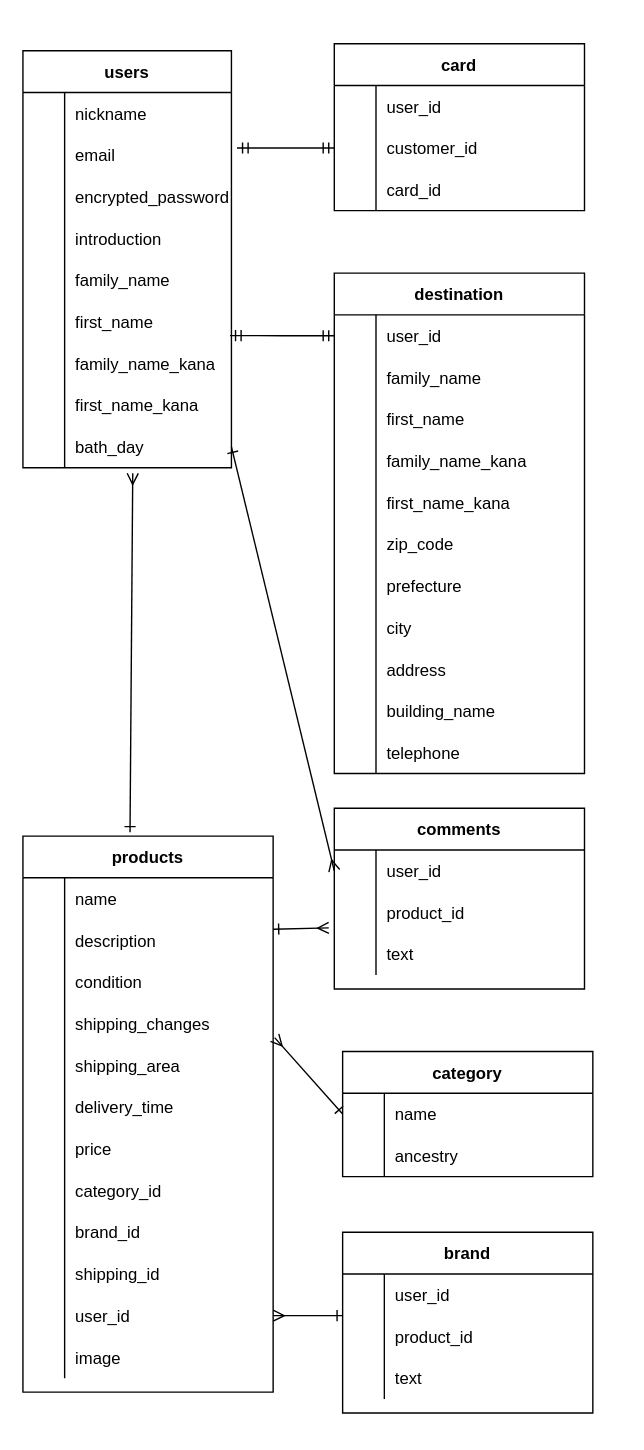
wakatakatakataka/furima-35079 keeps this draw.io diagram as furima.dio. Above is the earlier version. Source tidied: cells renumbered, new cells numbered last; positions are measured from the earlier drawing's top-left corner, leaving out a move shared by most shapes. Both pictures are drawn from the tidied source at 139%, with x=0, y=0 at pixel (22, 43).
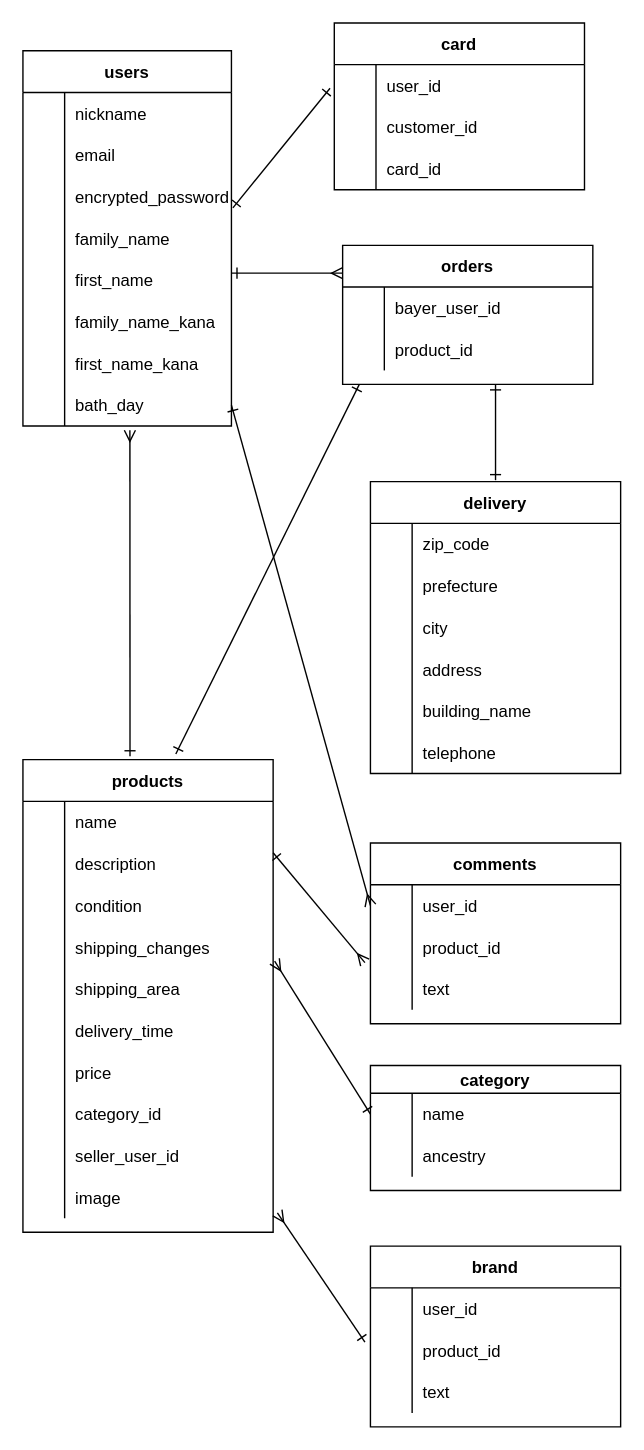
Above is the later version.

Commit message (it also covers changes not shown here):
データベースの記述　修正１

The change refers to these unchanged cells:
```xml
<mxCell id="9" style="shape=partialRectangle;fillColor=none;top=0;left=0;bottom=0;right=0;points=[[0,0.5],[1,0.5]];portConstraint=eastwest;" parent="2" vertex="1">
  <mxGeometry y="90" width="150" height="30" as="geometry" />
</mxCell>
<mxCell id="65" style="shape=partialRectangle;fillColor=none;top=0;left=0;bottom=0;right=0;points=[[0,0.5],[1,0.5]];portConstraint=eastwest;" parent="64" vertex="1">
  <mxGeometry y="30" width="180" height="30" as="geometry" />
</mxCell>
<mxCell id="68" style="shape=partialRectangle;fillColor=none;top=0;left=0;bottom=0;right=0;points=[[0,0.5],[1,0.5]];portConstraint=eastwest;" parent="64" vertex="1">
  <mxGeometry y="60" width="180" height="30" as="geometry" />
</mxCell>
<mxCell id="138" style="shape=partialRectangle;fillColor=none;top=0;left=0;bottom=0;right=0;points=[[0,0.5],[1,0.5]];portConstraint=eastwest;" parent="134" vertex="1">
  <mxGeometry y="60" width="180" height="30" as="geometry" />
</mxCell>
```

The edit, as a diff of the source:
```diff
@@
     <mxCell id="2" value="users" style="shape=table;startSize=30;childLayout=tableLayout;rowLines=0;fontStyle=1;align=center;" parent="1" vertex="1">
-      <mxGeometry y="5" width="150" height="300" as="geometry" />
+      <mxGeometry y="5" width="150" height="270" as="geometry" />
     </mxCell>
@@
-    <mxCell id="12" style="shape=partialRectangle;fillColor=none;top=0;left=0;bottom=0;right=0;" parent="2" vertex="1">
-      <mxGeometry y="120" width="150" height="30" as="geometry" />
-    </mxCell>
-    <mxCell id="13" style="shape=partialRectangle;fillColor=none;top=0;left=0;bottom=0;right=0;overflow=hidden;" parent="12" vertex="1">
-      <mxGeometry width="30" height="30" as="geometry" />
-    </mxCell>
-    <mxCell id="14" value="introduction" style="shape=partialRectangle;fillColor=none;top=0;left=0;bottom=0;right=0;align=left;spacingLeft=6;overflow=hidden;" parent="12" vertex="1">
-      <mxGeometry x="30" width="120" height="30" as="geometry" />
-    </mxCell>
     <mxCell id="15" style="shape=partialRectangle;fillColor=none;top=0;left=0;bottom=0;right=0;" parent="2" vertex="1">
-      <mxGeometry y="150" width="150" height="30" as="geometry" />
+      <mxGeometry y="120" width="150" height="30" as="geometry" />
     </mxCell>
@@
     <mxCell id="18" style="shape=partialRectangle;fillColor=none;top=0;left=0;bottom=0;right=0;points=[[0,0.5],[1,0.5]];portConstraint=eastwest;" parent="2" vertex="1">
-      <mxGeometry y="180" width="150" height="30" as="geometry" />
+      <mxGeometry y="150" width="150" height="30" as="geometry" />
     </mxCell>
@@
     <mxCell id="21" style="shape=partialRectangle;fillColor=none;top=0;left=0;bottom=0;right=0;" parent="2" vertex="1">
-      <mxGeometry y="210" width="150" height="30" as="geometry" />
+      <mxGeometry y="180" width="150" height="30" as="geometry" />
     </mxCell>
@@
     <mxCell id="24" style="shape=partialRectangle;fillColor=none;top=0;left=0;bottom=0;right=0;" parent="2" vertex="1">
-      <mxGeometry y="240" width="150" height="30" as="geometry" />
+      <mxGeometry y="210" width="150" height="30" as="geometry" />
     </mxCell>
@@
     <mxCell id="27" style="shape=partialRectangle;fillColor=none;top=0;left=0;bottom=0;right=0;points=[[0,0.5],[1,0.5]];portConstraint=eastwest;" parent="2" vertex="1">
-      <mxGeometry y="270" width="150" height="30" as="geometry" />
+      <mxGeometry y="240" width="150" height="30" as="geometry" />
     </mxCell>
@@
-    <mxCell id="30" value="destination" style="shape=table;startSize=30;childLayout=tableLayout;rowLines=0;fontStyle=1;align=center;" parent="1" vertex="1">
-      <mxGeometry x="224" y="165" width="180" height="360" as="geometry" />
+    <mxCell id="30" value="delivery" style="shape=table;startSize=30;childLayout=tableLayout;rowLines=0;fontStyle=1;align=center;" parent="1" vertex="1">
+      <mxGeometry x="250" y="315" width="180" height="210" as="geometry" />
     </mxCell>
-    <mxCell id="31" style="shape=partialRectangle;fillColor=none;top=0;left=0;bottom=0;right=0;points=[[0,0.5],[1,0.5]];portConstraint=eastwest;" parent="30" vertex="1">
-      <mxGeometry y="30" width="180" height="30" as="geometry" />
-    </mxCell>
-    <mxCell id="32" style="shape=partialRectangle;fillColor=none;top=0;left=0;bottom=0;right=0;overflow=hidden;" parent="31" vertex="1">
-      <mxGeometry width="30" height="30" as="geometry" />
-    </mxCell>
-    <mxCell id="33" value="user_id" style="shape=partialRectangle;fillColor=none;top=0;left=0;bottom=0;right=0;align=left;spacingLeft=6;overflow=hidden;" parent="31" vertex="1">
-      <mxGeometry x="30" width="150" height="30" as="geometry" />
-    </mxCell>
-    <mxCell id="34" style="shape=partialRectangle;fillColor=none;top=0;left=0;bottom=0;right=0;" parent="30" vertex="1">
-      <mxGeometry y="60" width="180" height="30" as="geometry" />
-    </mxCell>
-    <mxCell id="35" style="shape=partialRectangle;fillColor=none;top=0;left=0;bottom=0;right=0;overflow=hidden;" parent="34" vertex="1">
-      <mxGeometry width="30" height="30" as="geometry" />
-    </mxCell>
-    <mxCell id="36" value="family_name" style="shape=partialRectangle;fillColor=none;top=0;left=0;bottom=0;right=0;align=left;spacingLeft=6;overflow=hidden;" parent="34" vertex="1">
-      <mxGeometry x="30" width="150" height="30" as="geometry" />
-    </mxCell>
-    <mxCell id="37" style="shape=partialRectangle;fillColor=none;top=0;left=0;bottom=0;right=0;" parent="30" vertex="1">
-      <mxGeometry y="90" width="180" height="30" as="geometry" />
-    </mxCell>
-    <mxCell id="38" style="shape=partialRectangle;fillColor=none;top=0;left=0;bottom=0;right=0;overflow=hidden;" parent="37" vertex="1">
-      <mxGeometry width="30" height="30" as="geometry" />
-    </mxCell>
-    <mxCell id="39" value="first_name" style="shape=partialRectangle;fillColor=none;top=0;left=0;bottom=0;right=0;align=left;spacingLeft=6;overflow=hidden;" parent="37" vertex="1">
-      <mxGeometry x="30" width="150" height="30" as="geometry" />
-    </mxCell>
-    <mxCell id="40" style="shape=partialRectangle;fillColor=none;top=0;left=0;bottom=0;right=0;" parent="30" vertex="1">
-      <mxGeometry y="120" width="180" height="30" as="geometry" />
-    </mxCell>
-    <mxCell id="41" style="shape=partialRectangle;fillColor=none;top=0;left=0;bottom=0;right=0;overflow=hidden;" parent="40" vertex="1">
-      <mxGeometry width="30" height="30" as="geometry" />
-    </mxCell>
-    <mxCell id="42" value="family_name_kana" style="shape=partialRectangle;fillColor=none;top=0;left=0;bottom=0;right=0;align=left;spacingLeft=6;overflow=hidden;" parent="40" vertex="1">
-      <mxGeometry x="30" width="150" height="30" as="geometry" />
-    </mxCell>
-    <mxCell id="43" style="shape=partialRectangle;fillColor=none;top=0;left=0;bottom=0;right=0;" parent="30" vertex="1">
-      <mxGeometry y="150" width="180" height="30" as="geometry" />
-    </mxCell>
-    <mxCell id="44" style="shape=partialRectangle;fillColor=none;top=0;left=0;bottom=0;right=0;overflow=hidden;" parent="43" vertex="1">
-      <mxGeometry width="30" height="30" as="geometry" />
-    </mxCell>
-    <mxCell id="45" value="first_name_kana" style="shape=partialRectangle;fillColor=none;top=0;left=0;bottom=0;right=0;align=left;spacingLeft=6;overflow=hidden;" parent="43" vertex="1">
-      <mxGeometry x="30" width="150" height="30" as="geometry" />
-    </mxCell>
     <mxCell id="46" style="shape=partialRectangle;fillColor=none;top=0;left=0;bottom=0;right=0;" parent="30" vertex="1">
-      <mxGeometry y="180" width="180" height="30" as="geometry" />
+      <mxGeometry y="30" width="180" height="30" as="geometry" />
     </mxCell>
@@
     <mxCell id="49" style="shape=partialRectangle;fillColor=none;top=0;left=0;bottom=0;right=0;" parent="30" vertex="1">
-      <mxGeometry y="210" width="180" height="30" as="geometry" />
+      <mxGeometry y="60" width="180" height="30" as="geometry" />
     </mxCell>
@@
     <mxCell id="52" style="shape=partialRectangle;fillColor=none;top=0;left=0;bottom=0;right=0;" parent="30" vertex="1">
-      <mxGeometry y="240" width="180" height="30" as="geometry" />
+      <mxGeometry y="90" width="180" height="30" as="geometry" />
     </mxCell>
@@
     <mxCell id="55" style="shape=partialRectangle;fillColor=none;top=0;left=0;bottom=0;right=0;" parent="30" vertex="1">
-      <mxGeometry y="270" width="180" height="30" as="geometry" />
+      <mxGeometry y="120" width="180" height="30" as="geometry" />
     </mxCell>
@@
     <mxCell id="58" style="shape=partialRectangle;fillColor=none;top=0;left=0;bottom=0;right=0;" parent="30" vertex="1">
-      <mxGeometry y="300" width="180" height="30" as="geometry" />
+      <mxGeometry y="150" width="180" height="30" as="geometry" />
     </mxCell>
@@
     <mxCell id="61" style="shape=partialRectangle;fillColor=none;top=0;left=0;bottom=0;right=0;" parent="30" vertex="1">
-      <mxGeometry y="330" width="180" height="30" as="geometry" />
+      <mxGeometry y="180" width="180" height="30" as="geometry" />
     </mxCell>
@@
     <mxCell id="64" value="card" style="shape=table;startSize=30;childLayout=tableLayout;rowLines=0;fontStyle=1;align=center;" parent="1" vertex="1">
-      <mxGeometry x="224" width="180" height="120" as="geometry" />
+      <mxGeometry x="224" y="-15" width="180" height="120" as="geometry" />
     </mxCell>
@@
-    <mxCell id="74" style="edgeStyle=entityRelationEdgeStyle;fontSize=12;html=1;endArrow=ERmandOne;startArrow=ERmandOne;entryX=0;entryY=0.5;entryDx=0;entryDy=0;" parent="1" edge="1" target="68">
-      <mxGeometry relative="1" as="geometry">
-        <mxPoint x="154" y="75" as="sourcePoint" />
-      </mxGeometry>
-    </mxCell>
-    <mxCell id="75" style="edgeStyle=entityRelationEdgeStyle;fontSize=12;html=1;endArrow=ERmandOne;startArrow=ERmandOne;entryX=0;entryY=0.5;entryDx=0;entryDy=0;exitX=0.993;exitY=0.833;exitDx=0;exitDy=0;exitPerimeter=0;" parent="1" edge="1" source="18" target="31">
-      <mxGeometry relative="1" as="geometry" />
-    </mxCell>
     <mxCell id="76" value="comments" style="shape=table;startSize=30;childLayout=tableLayout;rowLines=0;fontStyle=1;align=center;" parent="1" vertex="1">
-      <mxGeometry x="224" y="550" width="180" height="130" as="geometry" />
+      <mxGeometry x="250" y="575" width="180" height="130" as="geometry" />
     </mxCell>
@@
     <mxCell id="86" value="products" style="shape=table;startSize=30;childLayout=tableLayout;rowLines=0;fontStyle=1;align=center;" parent="1" vertex="1">
-      <mxGeometry y="570" width="180" height="400" as="geometry" />
+      <mxGeometry y="515" width="180" height="340" as="geometry" />
     </mxCell>
@@
-    <mxCell id="111" style="shape=partialRectangle;fillColor=none;top=0;left=0;bottom=0;right=0;" parent="86" vertex="1">
-      <mxGeometry y="270" width="180" height="30" as="geometry" />
-    </mxCell>
-    <mxCell id="112" style="shape=partialRectangle;fillColor=none;top=0;left=0;bottom=0;right=0;overflow=hidden;" parent="111" vertex="1">
-      <mxGeometry width="30" height="30" as="geometry" />
-    </mxCell>
-    <mxCell id="113" value="brand_id" style="shape=partialRectangle;fillColor=none;top=0;left=0;bottom=0;right=0;align=left;spacingLeft=6;overflow=hidden;" parent="111" vertex="1">
-      <mxGeometry x="30" width="150" height="30" as="geometry" />
-    </mxCell>
-    <mxCell id="114" style="shape=partialRectangle;fillColor=none;top=0;left=0;bottom=0;right=0;" parent="86" vertex="1">
-      <mxGeometry y="300" width="180" height="30" as="geometry" />
-    </mxCell>
-    <mxCell id="115" style="shape=partialRectangle;fillColor=none;top=0;left=0;bottom=0;right=0;overflow=hidden;" parent="114" vertex="1">
-      <mxGeometry width="30" height="30" as="geometry" />
-    </mxCell>
-    <mxCell id="116" value="shipping_id" style="shape=partialRectangle;fillColor=none;top=0;left=0;bottom=0;right=0;align=left;spacingLeft=6;overflow=hidden;" parent="114" vertex="1">
-      <mxGeometry x="30" width="150" height="30" as="geometry" />
-    </mxCell>
     <mxCell id="117" style="shape=partialRectangle;fillColor=none;top=0;left=0;bottom=0;right=0;" parent="86" vertex="1">
-      <mxGeometry y="330" width="180" height="30" as="geometry" />
+      <mxGeometry y="270" width="180" height="30" as="geometry" />
     </mxCell>
@@
-    <mxCell id="119" value="user_id" style="shape=partialRectangle;fillColor=none;top=0;left=0;bottom=0;right=0;align=left;spacingLeft=6;overflow=hidden;" parent="117" vertex="1">
+    <mxCell id="119" value="seller_user_id" style="shape=partialRectangle;fillColor=none;top=0;left=0;bottom=0;right=0;align=left;spacingLeft=6;overflow=hidden;" parent="117" vertex="1">
       <mxGeometry x="30" width="150" height="30" as="geometry" />
     </mxCell>
     <mxCell id="120" style="shape=partialRectangle;fillColor=none;top=0;left=0;bottom=0;right=0;points=[[0,0.5],[1,0.5]];portConstraint=eastwest;" parent="86" vertex="1">
-      <mxGeometry y="360" width="180" height="30" as="geometry" />
+      <mxGeometry y="300" width="180" height="30" as="geometry" />
     </mxCell>
@@
-    <mxCell id="123" style="endArrow=ERmany;html=1;rounded=0;exitX=0.428;exitY=-0.007;exitDx=0;exitDy=0;exitPerimeter=0;startArrow=ERone;startFill=0;endFill=0;" parent="1" edge="1" source="86">
-      <mxGeometry relative="1" as="geometry">
-        <mxPoint x="79" y="309" as="targetPoint" />
-      </mxGeometry>
+    <mxCell id="123" style="endArrow=ERmany;html=1;rounded=0;exitX=0.428;exitY=-0.007;exitDx=0;exitDy=0;exitPerimeter=0;startArrow=ERone;startFill=0;endFill=0;entryX=0.513;entryY=1.1;entryDx=0;entryDy=0;entryPerimeter=0;" parent="1" edge="1" source="86" target="27">
+      <mxGeometry relative="1" as="geometry" />
     </mxCell>
@@
-    <mxCell id="126" value="category" style="shape=table;startSize=30;childLayout=tableLayout;rowLines=0;fontStyle=1;align=center;" parent="1" vertex="1">
-      <mxGeometry x="230" y="725" width="180" height="90" as="geometry" />
+    <mxCell id="126" value="category" style="shape=table;startSize=20;childLayout=tableLayout;rowLines=0;fontStyle=1;align=center;" parent="1" vertex="1">
+      <mxGeometry x="250" y="735" width="180" height="90" as="geometry" />
     </mxCell>
     <mxCell id="127" style="shape=partialRectangle;fillColor=none;top=0;left=0;bottom=0;right=0;points=[[0,0.5],[1,0.5]];portConstraint=eastwest;" parent="126" vertex="1">
-      <mxGeometry y="30" width="180" height="30" as="geometry" />
+      <mxGeometry y="20" width="180" height="30" as="geometry" />
     </mxCell>
@@
     <mxCell id="130" style="shape=partialRectangle;fillColor=none;top=0;left=0;bottom=0;right=0;" parent="126" vertex="1">
-      <mxGeometry y="60" width="180" height="30" as="geometry" />
+      <mxGeometry y="50" width="180" height="30" as="geometry" />
     </mxCell>
@@
     <mxCell id="134" value="brand" style="shape=table;startSize=30;childLayout=tableLayout;rowLines=0;fontStyle=1;align=center;" parent="1" vertex="1">
-      <mxGeometry x="230" y="855" width="180" height="130" as="geometry" />
+      <mxGeometry x="250" y="865" width="180" height="130" as="geometry" />
     </mxCell>
@@
-    <mxCell id="144" style="endArrow=ERone;html=1;rounded=0;startArrow=ERmany;startFill=0;endFill=0;" parent="1" edge="1">
-      <mxGeometry relative="1" as="geometry">
-        <mxPoint x="180" y="915" as="sourcePoint" />
-        <mxPoint x="230" y="915" as="targetPoint" />
-      </mxGeometry>
+    <mxCell id="144" style="endArrow=ERone;html=1;rounded=0;startArrow=ERmany;startFill=0;endFill=0;exitX=1.017;exitY=0.867;exitDx=0;exitDy=0;exitPerimeter=0;entryX=-0.022;entryY=0.3;entryDx=0;entryDy=0;entryPerimeter=0;" parent="1" edge="1" source="120" target="138">
+      <mxGeometry relative="1" as="geometry" />
     </mxCell>
+    <mxCell id="145" value="orders" style="shape=table;startSize=30;childLayout=tableLayout;rowLines=0;fontStyle=1;align=center;" parent="1" vertex="1">
+      <mxGeometry x="230" y="145" width="180" height="100" as="geometry" />
+    </mxCell>
+    <mxCell id="31" style="shape=partialRectangle;fillColor=none;top=0;left=0;bottom=0;right=0;points=[[0,0.5],[1,0.5]];portConstraint=eastwest;" parent="145" vertex="1">
+      <mxGeometry y="30" width="180" height="30" as="geometry" />
+    </mxCell>
+    <mxCell id="146" style="shape=partialRectangle;fillColor=none;top=0;left=0;bottom=0;right=0;overflow=hidden;" parent="31" vertex="1">
+      <mxGeometry width="30" height="30" as="geometry" />
+    </mxCell>
+    <mxCell id="147" value="bayer_user_id" style="shape=partialRectangle;fillColor=none;top=0;left=0;bottom=0;right=0;align=left;spacingLeft=6;overflow=hidden;" parent="31" vertex="1">
+      <mxGeometry x="30" width="150" height="30" as="geometry" />
+    </mxCell>
+    <mxCell id="34" style="shape=partialRectangle;fillColor=none;top=0;left=0;bottom=0;right=0;" parent="145" vertex="1">
+      <mxGeometry y="60" width="180" height="30" as="geometry" />
+    </mxCell>
+    <mxCell id="148" style="shape=partialRectangle;fillColor=none;top=0;left=0;bottom=0;right=0;overflow=hidden;" parent="34" vertex="1">
+      <mxGeometry width="30" height="30" as="geometry" />
+    </mxCell>
+    <mxCell id="149" value="product_id" style="shape=partialRectangle;fillColor=none;top=0;left=0;bottom=0;right=0;align=left;spacingLeft=6;overflow=hidden;" parent="34" vertex="1">
+      <mxGeometry x="30" width="150" height="30" as="geometry" />
+    </mxCell>
+    <mxCell id="150" style="endArrow=ERmany;html=1;rounded=0;startArrow=ERone;startFill=0;endFill=0;" parent="1" edge="1">
+      <mxGeometry relative="1" as="geometry">
+        <mxPoint x="150" y="165" as="sourcePoint" />
+        <mxPoint x="230" y="165" as="targetPoint" />
+      </mxGeometry>
+    </mxCell>
+    <mxCell id="151" style="endArrow=ERone;html=1;rounded=0;exitX=0.611;exitY=-0.012;exitDx=0;exitDy=0;exitPerimeter=0;startArrow=ERone;startFill=0;endFill=0;" parent="1" edge="1" source="86">
+      <mxGeometry relative="1" as="geometry">
+        <mxPoint x="242" y="245" as="targetPoint" />
+      </mxGeometry>
+    </mxCell>
+    <mxCell id="152" style="endArrow=ERone;html=1;rounded=0;entryX=0.5;entryY=-0.005;entryDx=0;entryDy=0;entryPerimeter=0;startArrow=ERone;startFill=0;endFill=0;" parent="1" edge="1" target="30">
+      <mxGeometry relative="1" as="geometry">
+        <mxPoint x="340" y="245" as="sourcePoint" />
+      </mxGeometry>
+    </mxCell>
+    <mxCell id="153" style="endArrow=ERone;html=1;rounded=0;entryX=-0.017;entryY=0.567;entryDx=0;entryDy=0;entryPerimeter=0;exitX=1.007;exitY=0.767;exitDx=0;exitDy=0;exitPerimeter=0;startArrow=ERone;startFill=0;endFill=0;" parent="1" edge="1" source="9" target="65">
+      <mxGeometry relative="1" as="geometry" />
+    </mxCell>
```
